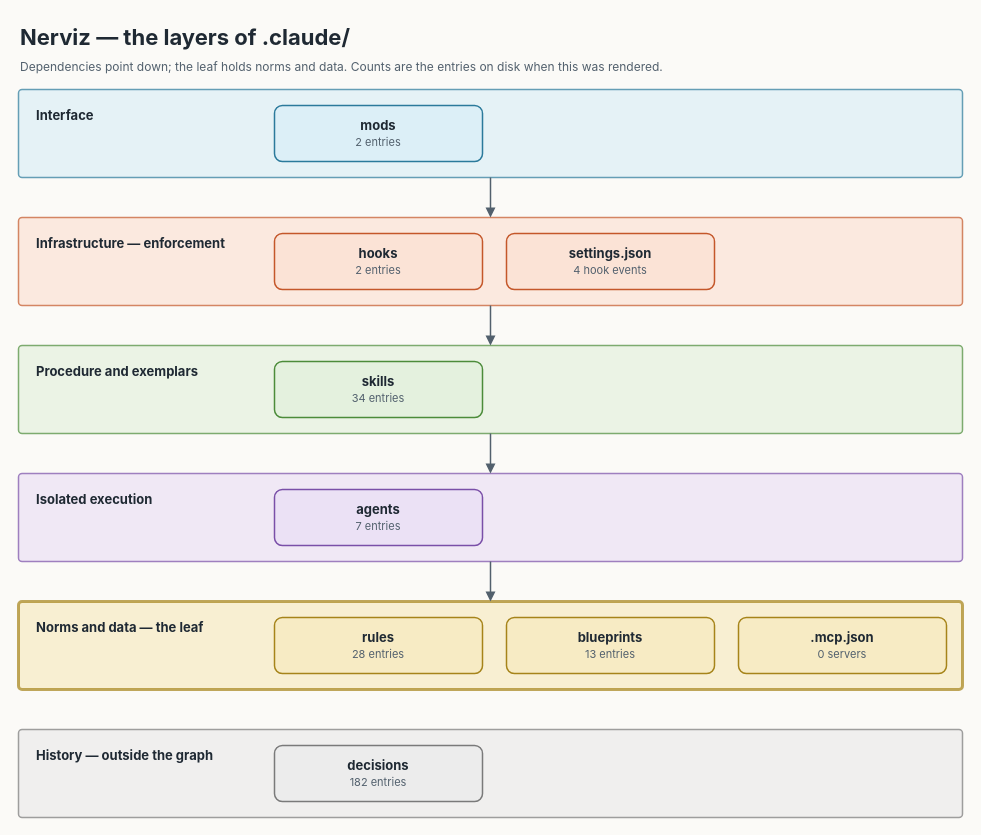
The draw.io diagram docs/diagrams/layers/layers.drawio in nerviz-ai/nerviz, before the edit. Source tidied: cells renumbered, new cells numbered last; positions are measured from the earlier drawing's top-left corner, leaving out a move shared by most shapes. Both pictures are drawn from the tidied source at 100%, with x=0, y=0 at pixel (18, 17).
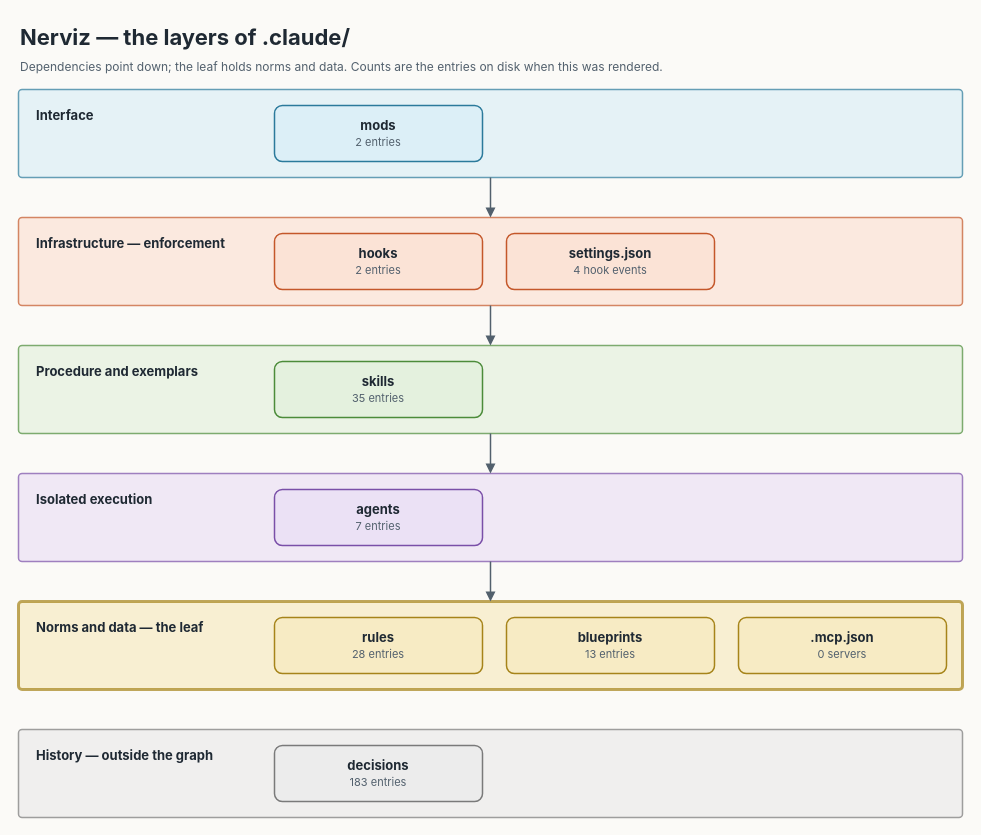
The same diagram, later.

Diff of the diagram source:
```diff
@@
-    <mxCell id="12" value="&lt;b&gt;skills&lt;/b&gt;&lt;br/&gt;&lt;font style=&quot;font-size:11px&quot; color=&quot;#52606D&quot;&gt;34 entries&lt;/font&gt;" style="rounded=1;arcSize=14;html=1;whiteSpace=wrap;fontSize=13;fontFamily=Inter;fontColor=#1F2933;fillColor=#E4F1DE;strokeColor=#4C8C3A;strokeWidth=1.5;" parent="1" vertex="1">
+    <mxCell id="12" value="&lt;b&gt;skills&lt;/b&gt;&lt;br/&gt;&lt;font style=&quot;font-size:11px&quot; color=&quot;#52606D&quot;&gt;35 entries&lt;/font&gt;" style="rounded=1;arcSize=14;html=1;whiteSpace=wrap;fontSize=13;fontFamily=Inter;fontColor=#1F2933;fillColor=#E4F1DE;strokeColor=#4C8C3A;strokeWidth=1.5;" parent="1" vertex="1">
       <mxGeometry x="256" y="344" width="208" height="56" as="geometry" />
     </mxCell>
@@
-    <mxCell id="17" value="&lt;b&gt;decisions&lt;/b&gt;&lt;br/&gt;&lt;font style=&quot;font-size:11px&quot; color=&quot;#52606D&quot;&gt;182 entries&lt;/font&gt;" style="rounded=1;arcSize=14;html=1;whiteSpace=wrap;fontSize=13;fontFamily=Inter;fontColor=#1F2933;fillColor=#ECECEC;strokeColor=#7A7A7A;strokeWidth=1.5;" parent="1" vertex="1">
+    <mxCell id="17" value="&lt;b&gt;decisions&lt;/b&gt;&lt;br/&gt;&lt;font style=&quot;font-size:11px&quot; color=&quot;#52606D&quot;&gt;183 entries&lt;/font&gt;" style="rounded=1;arcSize=14;html=1;whiteSpace=wrap;fontSize=13;fontFamily=Inter;fontColor=#1F2933;fillColor=#ECECEC;strokeColor=#7A7A7A;strokeWidth=1.5;" parent="1" vertex="1">
       <mxGeometry x="256" y="728" width="208" height="56" as="geometry" />
     </mxCell>
```
